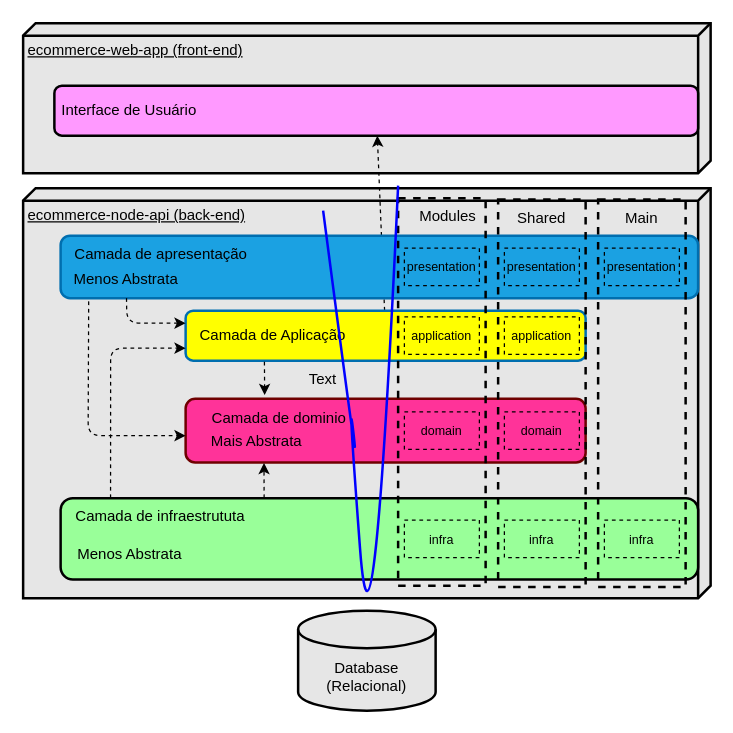
This is page "Arquitetura em Camadas" (1 of 2) of requirements/ecommerce-arquitetura.drawio from EvilazioNeto/ecommerce-node-api, a draw.io file, before an edit. Source tidied: cells renumbered, new cells numbered last; positions are measured from the earlier drawing's top-left corner, leaving out a move shared by most shapes. Both pictures are drawn from the tidied source at 125%, with x=0, y=0 at pixel (22, 22).
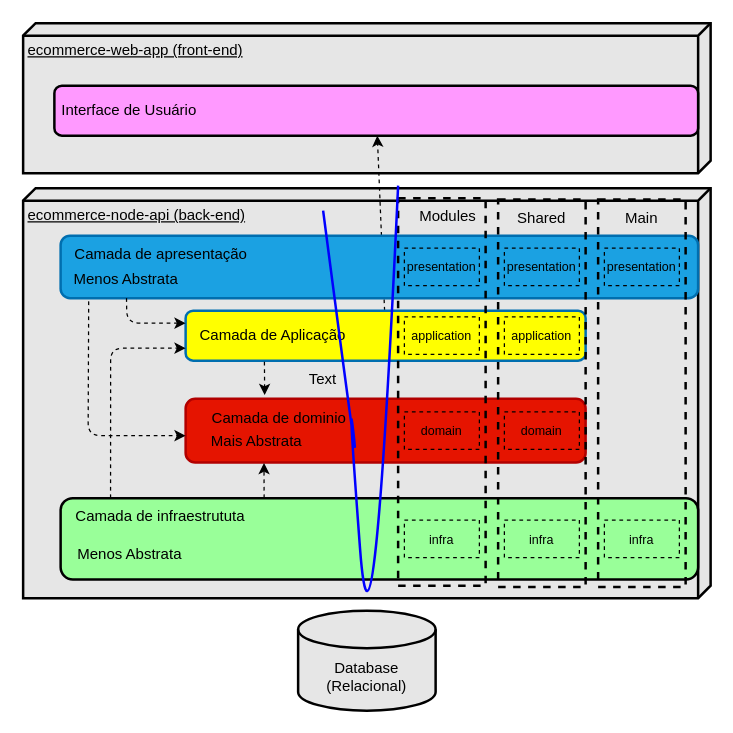
The same diagram, later.

Diff of the diagram source:
```diff
@@
-    <mxCell id="4" value="&lt;div style=&quot;&quot;&gt;&lt;br&gt;&lt;/div&gt;" style="rounded=1;whiteSpace=wrap;html=1;strokeWidth=2;align=center;fillColor=#FF3399;fontColor=#ffffff;strokeColor=#6F0000;" parent="1" vertex="1">
+    <mxCell id="4" value="&lt;div style=&quot;&quot;&gt;&lt;br&gt;&lt;/div&gt;" style="rounded=1;whiteSpace=wrap;html=1;strokeWidth=2;align=center;fillColor=#e51400;fontColor=#ffffff;strokeColor=#B20000;" parent="1" vertex="1">
       <mxGeometry x="130" y="300.5" width="320" height="51" as="geometry" />
     </mxCell>
```
